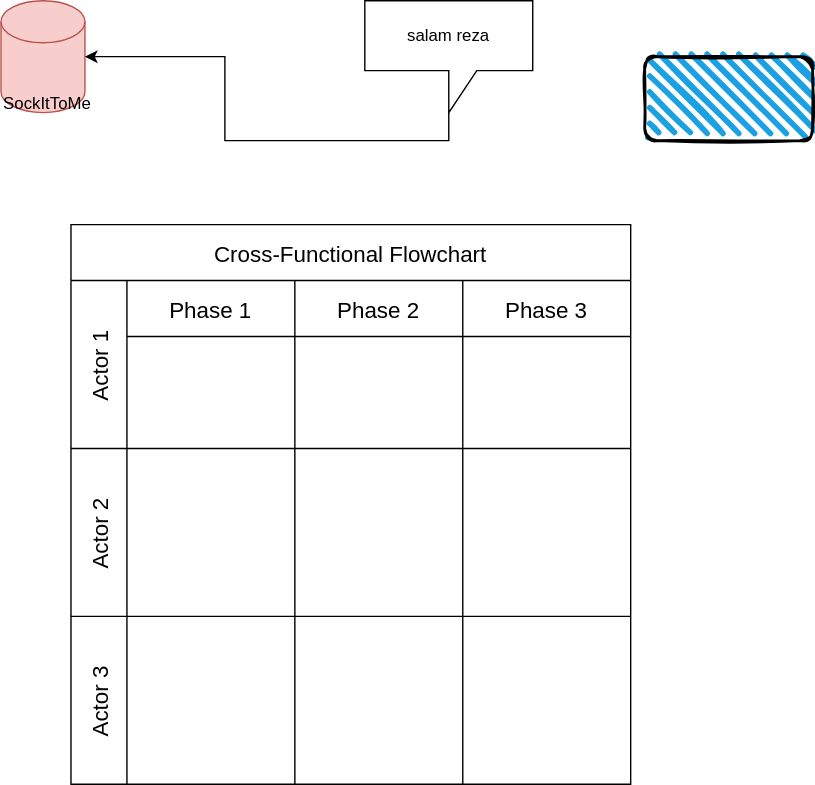
Before: src/rez.svg, a diagram exported from draw.io (rezajax/SockItToMe). Source tidied: cells renumbered, new cells last; positions are measured from the earlier drawing's top-left corner, leaving out a move shared by most shapes.
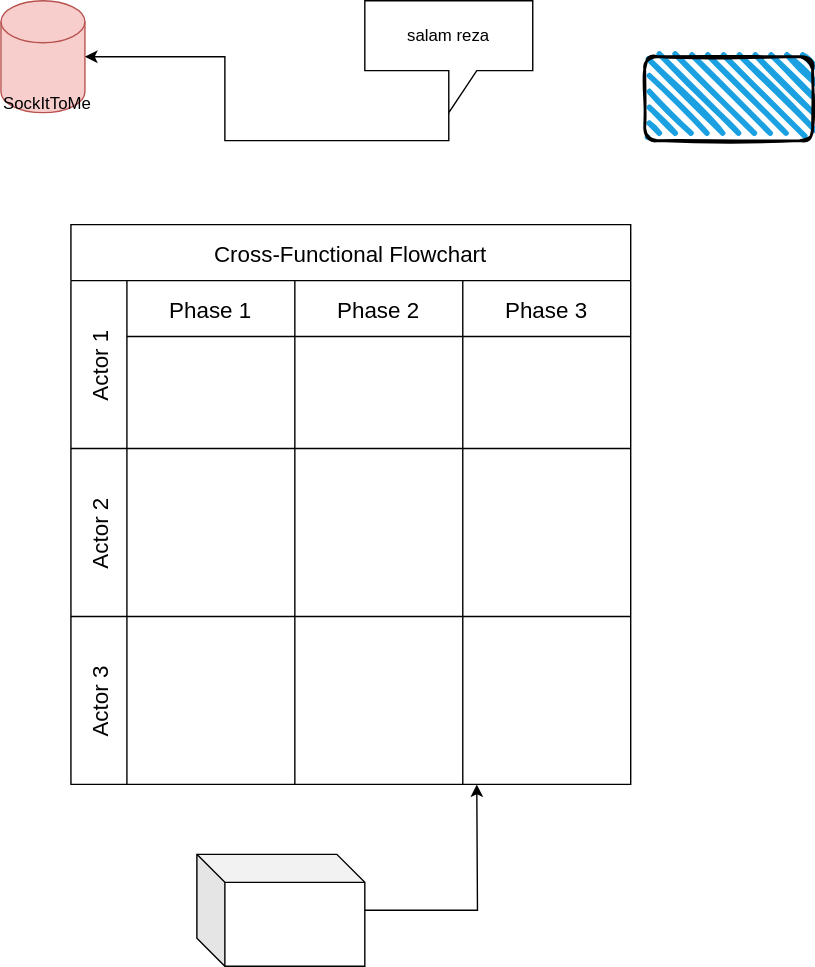
Later version of the same file.

The edit, as a diff of the source:
```diff
@@ -56,5 +56,13 @@
     <mxCell id="19" value="SockItToMe" style="text;whiteSpace=wrap;" parent="1" vertex="1">
       <mxGeometry y="60" width="100" height="40" as="geometry" />
     </mxCell>
+    <mxCell id="20" style="edgeStyle=orthogonalEdgeStyle;rounded=0;jettySize=auto;html=1;" parent="1" edge="1" source="21">
+      <mxGeometry relative="1" as="geometry">
+        <mxPoint x="340" y="560" as="targetPoint" />
+      </mxGeometry>
+    </mxCell>
+    <mxCell id="21" style="shape=cube;whiteSpace=wrap;html=1;boundedLbl=1;backgroundOutline=1;darkOpacity=0.05;darkOpacity2=0.1;" parent="1" vertex="1">
+      <mxGeometry x="140" y="610" width="120" height="80" as="geometry" />
+    </mxCell>
   </root>
 </mxGraphModel>
```
